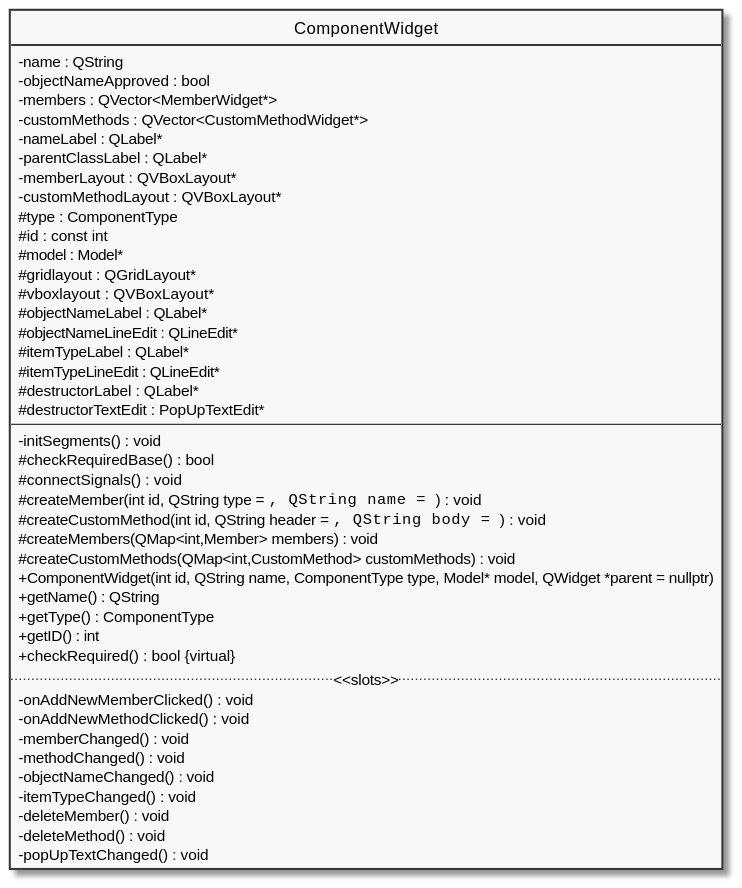
This is diagram/docs/ComponentWidget.svg from pecku/szakdoga, a PlantUML export, as it was before one commit. Its diagram source:
```plantuml
@startuml ComponentWidget

skinparam Monochrome true
skinparam ClassAttributeIconSize 0
hide circle
hide enum methods

class ComponentWidget
{
    - name : QString
    - objectNameApproved : bool
    - members : QVector<MemberWidget*>
    - customMethods : QVector<CustomMethodWidget*>
    - nameLabel : QLabel*
    - parentClassLabel : QLabel*
    - memberLayout : QVBoxLayout*
    - customMethodLayout : QVBoxLayout*
    # type : ComponentType
    # id : const int
    # model : Model*
    # gridlayout : QGridLayout*
    # vboxlayout : QVBoxLayout*
    # objectNameLabel : QLabel*
    # objectNameLineEdit : QLineEdit*
    # itemTypeLabel : QLabel*
    # itemTypeLineEdit : QLineEdit*
    # destructorLabel : QLabel*
    # destructorTextEdit : PopUpTextEdit*
--
    - initSegments() : void
    # checkRequiredBase() : bool
    # connectSignals() : void
    # createMember(int id, QString type = "", QString name = "") : void
    # createCustomMethod(int id, QString header = "", QString body = "") : void
    # createMembers(QMap<int,Member> members) : void
    # createCustomMethods(QMap<int,CustomMethod> customMethods) : void
    + ComponentWidget(int id, QString name, ComponentType type, Model* model, QWidget *parent = nullptr)
    + getName() : QString
    + getType() : ComponentType
    + getID() : int
    + checkRequired() : bool {virtual}
.. <<slots>> ..
    - onAddNewMemberClicked() : void
    - onAddNewMethodClicked() : void
    - memberChanged() : void
    - methodChanged() : void
    - objectNameChanged() : void
    - itemTypeChanged() : void
    - deleteMember() : void
    - deleteMethod() : void
    - popUpTextChanged() : void
}

@enduml
```
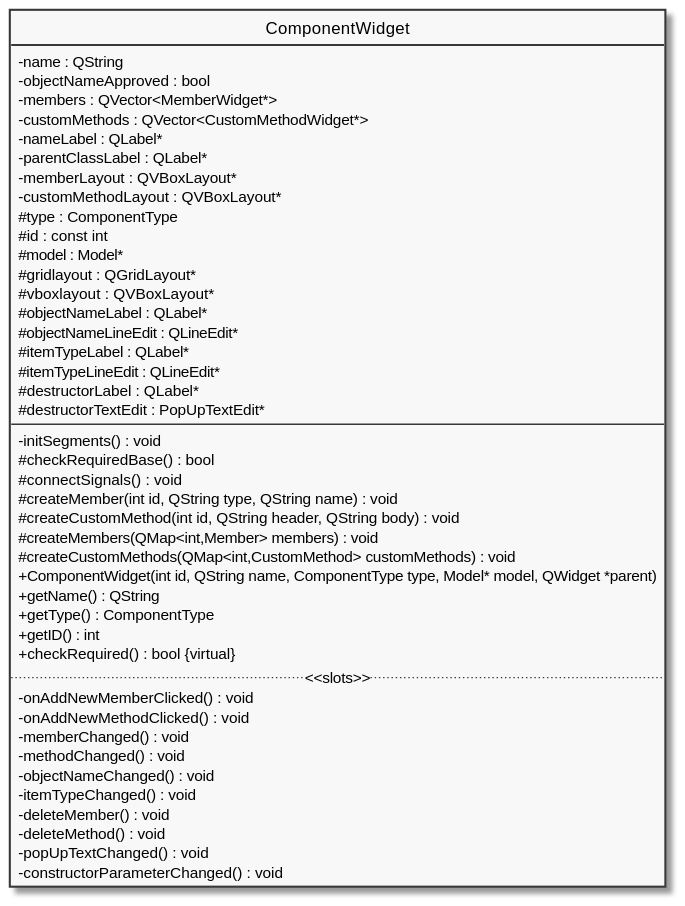
Above is the later version.

Diff of the diagram source:
```diff
@@ -30,11 +30,11 @@
     - initSegments() : void
     # checkRequiredBase() : bool
     # connectSignals() : void
-    # createMember(int id, QString type = "", QString name = "") : void
-    # createCustomMethod(int id, QString header = "", QString body = "") : void
+    # createMember(int id, QString type, QString name) : void
+    # createCustomMethod(int id, QString header, QString body) : void
     # createMembers(QMap<int,Member> members) : void
     # createCustomMethods(QMap<int,CustomMethod> customMethods) : void
-    + ComponentWidget(int id, QString name, ComponentType type, Model* model, QWidget *parent = nullptr)
+    + ComponentWidget(int id, QString name, ComponentType type, Model* model, QWidget *parent)
     + getName() : QString
     + getType() : ComponentType
     + getID() : int
@@ -49,6 +49,7 @@
     - deleteMember() : void
     - deleteMethod() : void
     - popUpTextChanged() : void
+    - constructorParameterChanged() : void
 }
 
 @enduml
```
